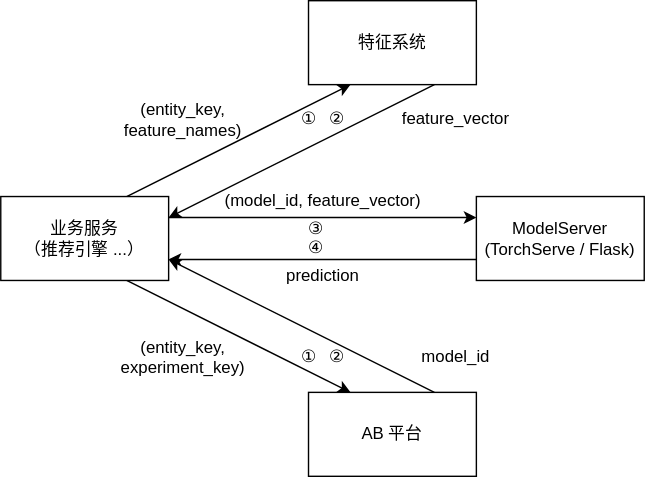
Earlier version of the draw.io export public/images/palfish-prediction-service-design/v1-architecture.svg (YikSanChan/site). Source tidied: cells renumbered, new cells last; positions are measured from the earlier drawing's top-left corner, leaving out a move shared by most shapes.
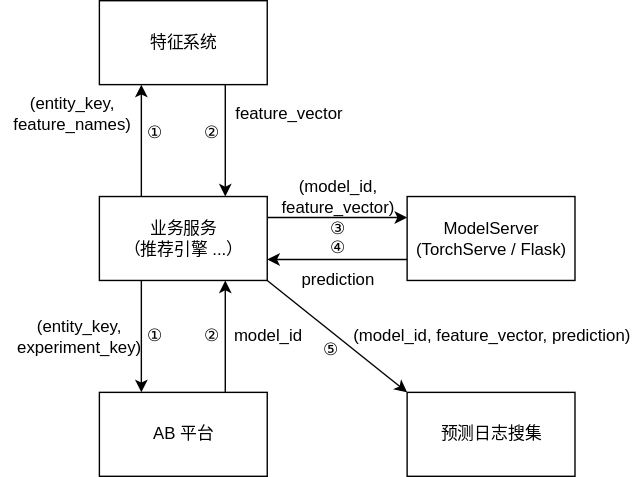
After the commit.

Change to the diagram source:
```diff
@@ -2,71 +2,83 @@
   <root>
     <mxCell id="0" />
     <mxCell id="1" parent="0" />
-    <mxCell id="2" style="rounded=0;jettySize=auto;html=1;exitX=0.75;exitY=0;exitDx=0;exitDy=0;entryX=0.25;entryY=1;entryDx=0;entryDy=0;" parent="1" edge="1" source="11" target="7">
+    <mxCell id="2" style="edgeStyle=orthogonalEdgeStyle;rounded=0;jettySize=auto;html=1;exitX=0.25;exitY=0;exitDx=0;exitDy=0;entryX=0.25;entryY=1;entryDx=0;entryDy=0;" parent="1" edge="1" source="11" target="7">
       <mxGeometry relative="1" as="geometry" />
     </mxCell>
+    <mxCell id="10" style="edgeStyle=orthogonalEdgeStyle;rounded=0;jettySize=auto;html=1;exitX=1;exitY=0.25;exitDx=0;exitDy=0;entryX=0;entryY=0.25;entryDx=0;entryDy=0;" parent="1" edge="1" source="11" target="5">
+      <mxGeometry relative="1" as="geometry" />
+    </mxCell>
-    <mxCell id="3" style="rounded=0;jettySize=auto;html=1;exitX=0.75;exitY=1;exitDx=0;exitDy=0;entryX=0.25;entryY=0;entryDx=0;entryDy=0;" parent="1" edge="1" source="11" target="9">
+    <mxCell id="3" style="edgeStyle=orthogonalEdgeStyle;rounded=0;jettySize=auto;html=1;exitX=0.25;exitY=1;exitDx=0;exitDy=0;entryX=0.25;entryY=0;entryDx=0;entryDy=0;" parent="1" edge="1" source="11" target="9">
       <mxGeometry relative="1" as="geometry" />
     </mxCell>
+    <mxCell id="24" style="rounded=0;jettySize=auto;html=1;exitX=1;exitY=1;exitDx=0;exitDy=0;entryX=0;entryY=0;entryDx=0;entryDy=0;" parent="1" edge="1" source="11" target="29">
+      <mxGeometry relative="1" as="geometry" />
+    </mxCell>
+    <mxCell id="11" value="业务服务&lt;br&gt;（推荐引擎 ...）" style="rounded=0;whiteSpace=wrap;html=1;" parent="1" vertex="1">
+      <mxGeometry x="197.5" y="510" width="120" height="60" as="geometry" />
+    </mxCell>
-    <mxCell id="4" style="edgeStyle=none;rounded=0;jettySize=auto;html=1;exitX=0;exitY=0.75;exitDx=0;exitDy=0;entryX=1;entryY=0.75;entryDx=0;entryDy=0;" parent="1" edge="1" source="5" target="11">
+    <mxCell id="4" style="edgeStyle=orthogonalEdgeStyle;rounded=0;jettySize=auto;html=1;exitX=0;exitY=0.75;exitDx=0;exitDy=0;entryX=1;entryY=0.75;entryDx=0;entryDy=0;" parent="1" edge="1" source="5" target="11">
       <mxGeometry relative="1" as="geometry" />
     </mxCell>
     <mxCell id="5" value="ModelServer&lt;br&gt;(TorchServe / Flask)" style="rounded=0;whiteSpace=wrap;html=1;" parent="1" vertex="1">
-      <mxGeometry x="340" y="140" width="120" height="60" as="geometry" />
+      <mxGeometry x="417.5" y="510" width="120" height="60" as="geometry" />
     </mxCell>
-    <mxCell id="6" style="rounded=0;jettySize=auto;html=1;exitX=0.75;exitY=1;exitDx=0;exitDy=0;entryX=1;entryY=0.25;entryDx=0;entryDy=0;" parent="1" edge="1" source="7" target="11">
+    <mxCell id="6" style="edgeStyle=orthogonalEdgeStyle;rounded=0;jettySize=auto;html=1;exitX=0.75;exitY=1;exitDx=0;exitDy=0;entryX=0.75;entryY=0;entryDx=0;entryDy=0;" parent="1" edge="1" source="7" target="11">
       <mxGeometry relative="1" as="geometry" />
     </mxCell>
     <mxCell id="7" value="特征系统" style="rounded=0;whiteSpace=wrap;html=1;" parent="1" vertex="1">
-      <mxGeometry x="220" width="120" height="60" as="geometry" />
+      <mxGeometry x="197.5" y="370" width="120" height="60" as="geometry" />
     </mxCell>
-    <mxCell id="8" style="rounded=0;jettySize=auto;html=1;exitX=0.75;exitY=0;exitDx=0;exitDy=0;entryX=1;entryY=0.75;entryDx=0;entryDy=0;" parent="1" edge="1" source="9" target="11">
+    <mxCell id="8" style="edgeStyle=orthogonalEdgeStyle;rounded=0;jettySize=auto;html=1;exitX=0.75;exitY=0;exitDx=0;exitDy=0;entryX=0.75;entryY=1;entryDx=0;entryDy=0;" parent="1" edge="1" source="9" target="11">
       <mxGeometry relative="1" as="geometry" />
     </mxCell>
     <mxCell id="9" value="AB 平台" style="rounded=0;whiteSpace=wrap;html=1;" parent="1" vertex="1">
-      <mxGeometry x="220" y="280" width="120" height="60" as="geometry" />
+      <mxGeometry x="197.5" y="650" width="120" height="60" as="geometry" />
     </mxCell>
-    <mxCell id="10" style="edgeStyle=none;rounded=0;jettySize=auto;html=1;exitX=1;exitY=0.25;exitDx=0;exitDy=0;entryX=0;entryY=0.25;entryDx=0;entryDy=0;" parent="1" edge="1" source="11" target="5">
-      <mxGeometry relative="1" as="geometry" />
-    </mxCell>
-    <mxCell id="11" value="业务服务&lt;br&gt;（推荐引擎 ...）" style="rounded=0;whiteSpace=wrap;html=1;" parent="1" vertex="1">
-      <mxGeometry y="140" width="120" height="60" as="geometry" />
-    </mxCell>
-    <mxCell id="12" value="(model_id, feature_vector)" style="text;html=1;align=center;verticalAlign=middle;strokeColor=none;" parent="1" vertex="1">
-      <mxGeometry x="150" y="133" width="160" height="20" as="geometry" />
-    </mxCell>
-    <mxCell id="13" value="(entity_key,&lt;br&gt;feature_names)" style="text;html=1;align=center;verticalAlign=middle;strokeColor=none;rotation=0;" parent="1" vertex="1">
-      <mxGeometry x="80" y="70" width="100" height="30" as="geometry" />
+    <mxCell id="13" value="(entity_key,&lt;br&gt;feature_names)" style="text;html=1;align=center;verticalAlign=middle;strokeColor=none;" parent="1" vertex="1">
+      <mxGeometry x="127.5" y="436" width="100" height="30" as="geometry" />
     </mxCell>
-    <mxCell id="14" value="feature_vector" style="text;html=1;align=center;verticalAlign=middle;strokeColor=none;rotation=0;" parent="1" vertex="1">
-      <mxGeometry x="280" y="75" width="90" height="20" as="geometry" />
+    <mxCell id="14" value="feature_vector" style="text;html=1;align=center;verticalAlign=middle;strokeColor=none;" parent="1" vertex="1">
+      <mxGeometry x="287.5" y="441" width="90" height="20" as="geometry" />
     </mxCell>
+    <mxCell id="12" value="(model_id,&lt;br&gt;feature_vector)" style="text;html=1;align=center;verticalAlign=middle;strokeColor=none;" parent="1" vertex="1">
+      <mxGeometry x="317.5" y="495" width="100" height="30" as="geometry" />
+    </mxCell>
+    <mxCell id="20" value="(entity_key,&lt;br&gt;experiment_key)" style="text;html=1;align=center;verticalAlign=middle;strokeColor=none;" parent="1" vertex="1">
+      <mxGeometry x="132.5" y="595" width="100" height="30" as="geometry" />
+    </mxCell>
+    <mxCell id="21" value="model_id" style="text;html=1;align=center;verticalAlign=middle;strokeColor=none;" parent="1" vertex="1">
+      <mxGeometry x="287.5" y="600" width="60" height="20" as="geometry" />
+    </mxCell>
+    <mxCell id="17" value="prediction" style="text;html=1;align=center;verticalAlign=middle;strokeColor=none;" parent="1" vertex="1">
+      <mxGeometry x="332.5" y="560" width="70" height="20" as="geometry" />
+    </mxCell>
+    <mxCell id="25" value="①" style="text;html=1;align=center;verticalAlign=middle;strokeColor=none;" parent="1" vertex="1">
+      <mxGeometry x="221.5" y="455" width="30" height="20" as="geometry" />
+    </mxCell>
+    <mxCell id="26" value="①" style="text;html=1;align=center;verticalAlign=middle;strokeColor=none;" parent="1" vertex="1">
+      <mxGeometry x="221.5" y="600" width="30" height="20" as="geometry" />
+    </mxCell>
+    <mxCell id="27" value="②" style="text;html=1;align=center;verticalAlign=middle;strokeColor=none;" parent="1" vertex="1">
+      <mxGeometry x="262.5" y="455" width="30" height="20" as="geometry" />
+    </mxCell>
+    <mxCell id="28" value="②" style="text;html=1;align=center;verticalAlign=middle;strokeColor=none;" parent="1" vertex="1">
+      <mxGeometry x="262.5" y="600" width="30" height="20" as="geometry" />
+    </mxCell>
     <mxCell id="15" value="③" style="text;html=1;align=center;verticalAlign=middle;strokeColor=none;" parent="1" vertex="1">
-      <mxGeometry x="210" y="153" width="30" height="20" as="geometry" />
+      <mxGeometry x="352.5" y="523" width="30" height="20" as="geometry" />
     </mxCell>
     <mxCell id="16" value="④" style="text;html=1;align=center;verticalAlign=middle;strokeColor=none;" parent="1" vertex="1">
-      <mxGeometry x="210" y="167" width="30" height="20" as="geometry" />
+      <mxGeometry x="352.5" y="537" width="30" height="20" as="geometry" />
     </mxCell>
-    <mxCell id="17" value="prediction" style="text;html=1;align=center;verticalAlign=middle;strokeColor=none;" parent="1" vertex="1">
-      <mxGeometry x="195" y="187" width="70" height="20" as="geometry" />
-    </mxCell>
-    <mxCell id="18" value="②" style="text;html=1;align=center;verticalAlign=middle;strokeColor=none;" parent="1" vertex="1">
-      <mxGeometry x="225" y="75" width="30" height="20" as="geometry" />
-    </mxCell>
-    <mxCell id="19" value="①" style="text;html=1;align=center;verticalAlign=middle;strokeColor=none;" parent="1" vertex="1">
-      <mxGeometry x="205" y="75" width="30" height="20" as="geometry" />
-    </mxCell>
-    <mxCell id="20" value="(entity_key,&lt;br&gt;experiment_key)" style="text;html=1;align=center;verticalAlign=middle;strokeColor=none;rotation=0;" parent="1" vertex="1">
-      <mxGeometry x="80" y="240" width="100" height="30" as="geometry" />
-    </mxCell>
-    <mxCell id="21" value="model_id" style="text;html=1;align=center;verticalAlign=middle;strokeColor=none;rotation=0;" parent="1" vertex="1">
-      <mxGeometry x="295" y="245" width="60" height="20" as="geometry" />
-    </mxCell>
-    <mxCell id="22" value="②" style="text;html=1;align=center;verticalAlign=middle;strokeColor=none;" parent="1" vertex="1">
-      <mxGeometry x="225" y="245" width="30" height="20" as="geometry" />
-    </mxCell>
-    <mxCell id="23" value="①" style="text;html=1;align=center;verticalAlign=middle;strokeColor=none;" parent="1" vertex="1">
-      <mxGeometry x="205" y="245" width="30" height="20" as="geometry" />
-    </mxCell>
+    <mxCell id="29" value="预测日志搜集" style="rounded=0;whiteSpace=wrap;html=1;" parent="1" vertex="1">
+      <mxGeometry x="417.5" y="650" width="120" height="60" as="geometry" />
+    </mxCell>
+    <mxCell id="30" value="⑤" style="text;html=1;align=center;verticalAlign=middle;strokeColor=none;" parent="1" vertex="1">
+      <mxGeometry x="347.5" y="610" width="30" height="20" as="geometry" />
+    </mxCell>
+    <mxCell id="31" value="(model_id, feature_vector, prediction)" style="text;html=1;align=center;verticalAlign=middle;strokeColor=none;" parent="1" vertex="1">
+      <mxGeometry x="372.5" y="600" width="210" height="20" as="geometry" />
+    </mxCell>
   </root>
 </mxGraphModel>
```
